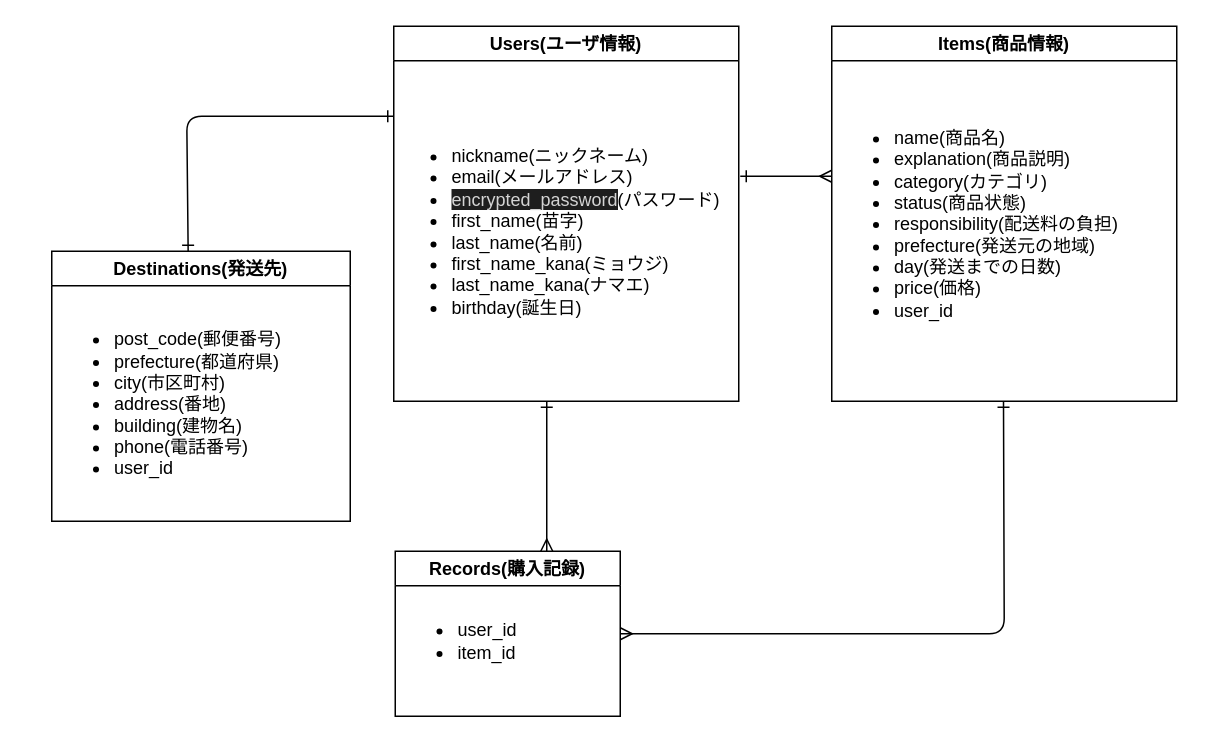
Above: test.dio in naoya1215/furima-37272 (draw.io), before the change. Source tidied: cells renumbered, new cells numbered last; positions are measured from the earlier drawing's top-left corner, leaving out a move shared by most shapes. Both pictures are drawn from the tidied source at 150%, with x=0, y=0 at pixel (51, 26).
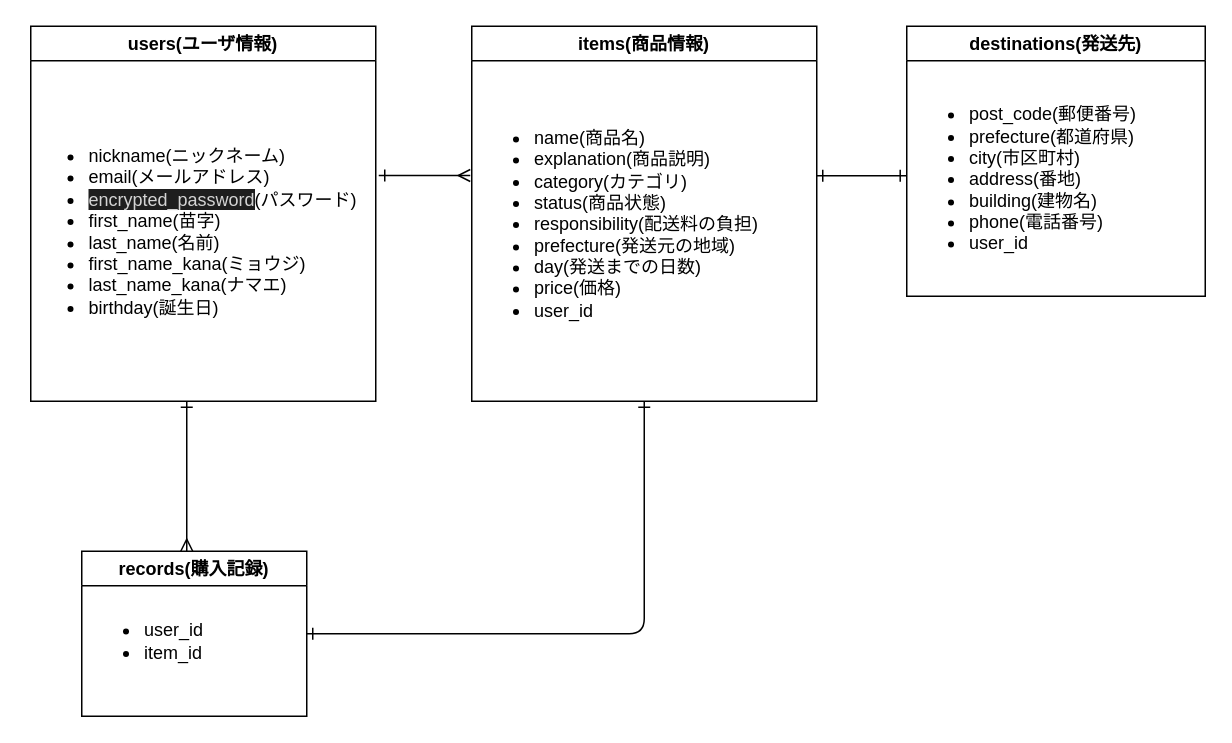
After the change.

Commit message (it also covers changes not shown here):
データベース　修正その2

アソシエーションの修正
記述の修正
ER図の修正

Change to the diagram source:
```diff
@@
 <mxGraphModel>
   <root>
     <mxCell id="0" />
     <mxCell id="1" parent="0" />
-    <mxCell id="2" value="Users(ユーザ情報)" style="swimlane;" parent="1" vertex="1">
-      <mxGeometry x="228" width="230" height="250" as="geometry" />
+    <mxCell id="2" value="users(ユーザ情報)" style="swimlane;" parent="1" vertex="1">
+      <mxGeometry x="-14" width="230" height="250" as="geometry" />
     </mxCell>
     <mxCell id="3" value="&lt;ul&gt;&lt;li&gt;nickname(ニックネーム)&lt;/li&gt;&lt;li&gt;email(メールアドレス)&lt;/li&gt;&lt;li&gt;&lt;span style=&quot;background-color: rgb(30 , 30 , 30) ; color: rgb(212 , 212 , 212)&quot;&gt;encrypted_password&lt;/span&gt;(パスワード)&lt;/li&gt;&lt;li&gt;first_name(苗字)&lt;/li&gt;&lt;li&gt;last_name(名前)&lt;/li&gt;&lt;li&gt;first_name_kana(ミョウジ)&lt;/li&gt;&lt;li&gt;last_name_kana(ナマエ)&lt;/li&gt;&lt;li&gt;birthday(誕生日)&lt;/li&gt;&lt;/ul&gt;" style="text;strokeColor=none;fillColor=none;html=1;whiteSpace=wrap;verticalAlign=middle;overflow=hidden;" parent="2" vertex="1">
       <mxGeometry x="-3" y="23" width="230" height="227" as="geometry" />
     </mxCell>
-    <mxCell id="4" value="Items(商品情報)" style="swimlane;fillColor=none;" parent="1" vertex="1">
-      <mxGeometry x="520" width="230" height="250" as="geometry" />
+    <mxCell id="4" value="items(商品情報)" style="swimlane;fillColor=none;" parent="1" vertex="1">
+      <mxGeometry x="280" width="230" height="250" as="geometry" />
     </mxCell>
     <mxCell id="5" value="&lt;ul&gt;&lt;li&gt;name(商品名)&lt;/li&gt;&lt;li&gt;explanation(商品説明)&lt;br&gt;&lt;/li&gt;&lt;li&gt;category(カテゴリ)&lt;br&gt;&lt;/li&gt;&lt;li&gt;status(商品状態)&lt;/li&gt;&lt;li&gt;responsibility(配送料の負担)&lt;/li&gt;&lt;li&gt;prefecture(発送元の地域)&lt;/li&gt;&lt;li&gt;day(発送までの日数)&lt;/li&gt;&lt;li&gt;price(価格)&lt;/li&gt;&lt;li&gt;user_id&lt;/li&gt;&lt;/ul&gt;" style="text;strokeColor=none;fillColor=none;html=1;whiteSpace=wrap;verticalAlign=middle;overflow=hidden;" parent="4" vertex="1">
       <mxGeometry y="23" width="230" height="217" as="geometry" />
     </mxCell>
-    <mxCell id="6" value="Records(購入記録)" style="swimlane;fillColor=none;" parent="1" vertex="1">
-      <mxGeometry x="229" y="350" width="150" height="110" as="geometry" />
+    <mxCell id="6" value="records(購入記録)" style="swimlane;fillColor=none;" parent="1" vertex="1">
+      <mxGeometry x="20" y="350" width="150" height="110" as="geometry" />
     </mxCell>
     <mxCell id="7" value="&lt;ul&gt;&lt;li&gt;&lt;span&gt;user_id&lt;/span&gt;&lt;br&gt;&lt;/li&gt;&lt;li&gt;item_id&lt;/li&gt;&lt;/ul&gt;" style="text;strokeColor=none;fillColor=none;html=1;whiteSpace=wrap;verticalAlign=middle;overflow=hidden;" parent="6" vertex="1">
       <mxGeometry y="21.5" width="140" height="77" as="geometry" />
     </mxCell>
-    <mxCell id="8" value="Destinations(発送先)" style="swimlane;fillColor=none;startSize=23;" parent="1" vertex="1">
-      <mxGeometry y="150" width="199" height="180" as="geometry" />
+    <mxCell id="8" value="destinations(発送先)" style="swimlane;fillColor=none;startSize=23;" parent="1" vertex="1">
+      <mxGeometry x="570" width="199" height="180" as="geometry" />
     </mxCell>
     <mxCell id="9" value="&lt;ul&gt;&lt;li&gt;post_code(郵便番号)&lt;/li&gt;&lt;li&gt;prefecture(都道府県)&lt;br&gt;&lt;/li&gt;&lt;li&gt;city(市区町村)&lt;/li&gt;&lt;li&gt;address(番地)&lt;/li&gt;&lt;li&gt;building(建物名)&lt;/li&gt;&lt;li&gt;phone(電話番号)&lt;/li&gt;&lt;li&gt;user_id&lt;/li&gt;&lt;/ul&gt;" style="text;strokeColor=none;fillColor=none;html=1;whiteSpace=wrap;verticalAlign=middle;overflow=hidden;" parent="8" vertex="1">
       <mxGeometry y="23" width="180" height="157" as="geometry" />
     </mxCell>
     <mxCell id="10" style="edgeStyle=none;html=1;entryX=1.013;entryY=0.357;entryDx=0;entryDy=0;endArrow=ERone;endFill=0;startArrow=ERmany;startFill=0;entryPerimeter=0;" parent="1" edge="1">
       <mxGeometry relative="1" as="geometry">
-        <mxPoint x="520" y="100" as="sourcePoint" />
-        <mxPoint x="459" y="100" as="targetPoint" />
+        <mxPoint x="279" y="99.5" as="sourcePoint" />
+        <mxPoint x="218" y="99.5" as="targetPoint" />
       </mxGeometry>
     </mxCell>
     <mxCell id="11" style="edgeStyle=none;html=1;endArrow=ERone;endFill=0;startArrow=ERmany;startFill=0;exitX=0.426;exitY=0;exitDx=0;exitDy=0;exitPerimeter=0;" parent="1" edge="1">
       <mxGeometry relative="1" as="geometry">
-        <mxPoint x="330" y="350" as="sourcePoint" />
-        <mxPoint x="330" y="250" as="targetPoint" />
+        <mxPoint x="90" y="350" as="sourcePoint" />
+        <mxPoint x="90" y="250" as="targetPoint" />
       </mxGeometry>
     </mxCell>
-    <mxCell id="12" style="edgeStyle=none;html=1;endArrow=ERone;endFill=0;startArrow=ERone;startFill=0;exitX=0;exitY=0;exitDx=0;exitDy=0;entryX=0.457;entryY=0;entryDx=0;entryDy=0;entryPerimeter=0;" parent="1" edge="1" target="8">
-      <mxGeometry relative="1" as="geometry">
-        <mxPoint x="228" y="60" as="sourcePoint" />
-        <Array as="points">
-          <mxPoint x="90" y="60" />
-        </Array>
-      </mxGeometry>
-    </mxCell>
-    <mxCell id="13" style="edgeStyle=none;html=1;endArrow=ERone;endFill=0;startArrow=ERmany;startFill=0;exitX=1;exitY=0.5;exitDx=0;exitDy=0;" parent="1" edge="1" source="6">
+    <mxCell id="13" style="edgeStyle=none;html=1;endArrow=ERone;endFill=0;startArrow=ERone;startFill=0;exitX=1;exitY=0.5;exitDx=0;exitDy=0;entryX=0.5;entryY=1;entryDx=0;entryDy=0;" parent="1" edge="1" source="6" target="4">
       <mxGeometry relative="1" as="geometry">
-        <mxPoint x="634.5" y="250" as="targetPoint" />
         <Array as="points">
-          <mxPoint x="635" y="405" />
+          <mxPoint x="395" y="405" />
         </Array>
       </mxGeometry>
     </mxCell>
+    <mxCell id="14" style="edgeStyle=none;html=1;endArrow=ERone;endFill=0;startArrow=ERone;startFill=0;exitX=-0.002;exitY=0.488;exitDx=0;exitDy=0;entryX=1;entryY=0.353;entryDx=0;entryDy=0;entryPerimeter=0;exitPerimeter=0;" parent="1" edge="1" source="9" target="5">
+      <mxGeometry relative="1" as="geometry" />
+    </mxCell>
   </root>
 </mxGraphModel>
```
